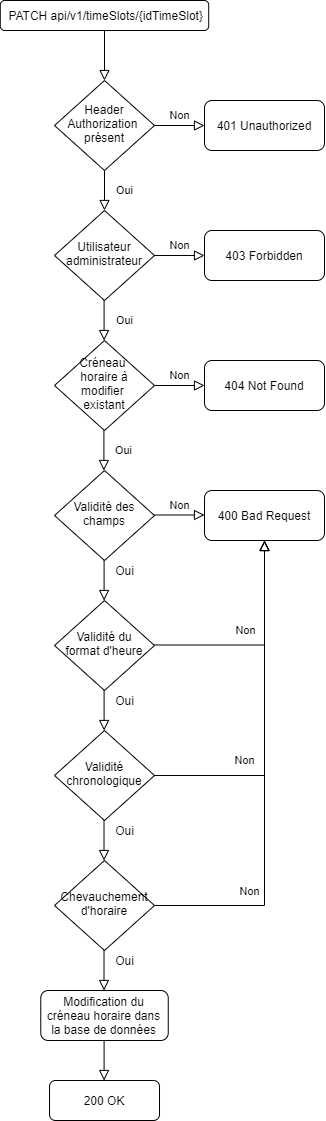
This is documentation/diagram/drawio/flowchartUpdateOneTimeSlot.png from jonathanboreljaquet/bj-travail-diplome-2021, a draw.io export, as it was before one commit. Source tidied: cells renumbered, new cells last; positions are measured from the earlier drawing's top-left corner, leaving out a move shared by most shapes.
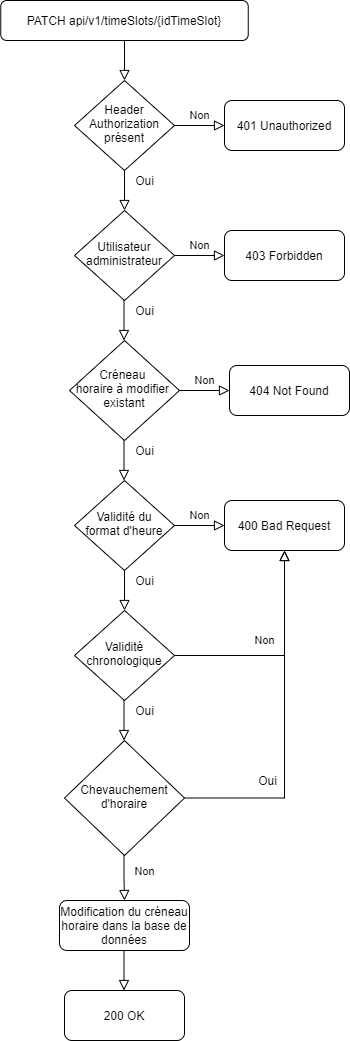
The same diagram one commit later.

Diff of the diagram source:
```diff
@@ -2,140 +2,129 @@
   <root>
     <mxCell id="0" />
     <mxCell id="1" parent="0" />
-    <mxCell id="2" style="rounded=0;html=1;jettySize=auto;fontSize=11;endArrow=block;endFill=0;endSize=8;strokeWidth=1;shadow=0;labelBackgroundColor=none;edgeStyle=orthogonalEdgeStyle;" parent="1" edge="1" source="3" target="6">
-      <mxGeometry relative="1" as="geometry" />
-    </mxCell>
-    <mxCell id="3" value="&amp;nbsp;PATCH api/v1/timeSlots/{idTimeSlot}" style="rounded=1;whiteSpace=wrap;html=1;fontSize=12;glass=0;strokeWidth=1;shadow=0;" parent="1" vertex="1">
-      <mxGeometry x="-0.2" width="208.4" height="30" as="geometry" />
+    <mxCell id="3" value="PATCH api/v1/timeSlots/{idTimeSlot}" style="rounded=1;whiteSpace=wrap;html=1;fontSize=12;glass=0;strokeWidth=1;shadow=0;" parent="1" vertex="1">
+      <mxGeometry x="-19.8" width="247.5" height="40" as="geometry" />
     </mxCell>
-    <mxCell id="4" value="Oui" style="rounded=0;html=1;jettySize=auto;fontSize=11;endArrow=block;endFill=0;endSize=8;strokeWidth=1;shadow=0;labelBackgroundColor=none;edgeStyle=orthogonalEdgeStyle;" parent="1" edge="1" source="6" target="8">
-      <mxGeometry y="20" relative="1" as="geometry" />
-    </mxCell>
+    <mxCell id="36" value="Non" style="edgeStyle=orthogonalEdgeStyle;rounded=0;html=1;jettySize=auto;fontSize=11;endArrow=block;endFill=0;endSize=8;strokeWidth=1;shadow=0;labelBackgroundColor=none;" parent="1" edge="1" source="20" target="19">
+      <mxGeometry y="10" relative="1" as="geometry" />
+    </mxCell>
+    <mxCell id="20" value="Validité du format d'heure" style="rhombus;whiteSpace=wrap;html=1;shadow=0;fontFamily=Helvetica;fontSize=12;align=center;strokeWidth=1;spacing=6;spacingTop=-4;" parent="1" vertex="1">
+      <mxGeometry x="54" y="480" width="100" height="90" as="geometry" />
+    </mxCell>
+    <mxCell id="19" value="400 Bad Request" style="rounded=1;whiteSpace=wrap;html=1;fontSize=12;glass=0;strokeWidth=1;shadow=0;" parent="1" vertex="1">
+      <mxGeometry x="204" y="500" width="120" height="50" as="geometry" />
+    </mxCell>
+    <mxCell id="37" style="rounded=0;html=1;jettySize=auto;fontSize=11;endArrow=block;endFill=0;endSize=8;strokeWidth=1;shadow=0;labelBackgroundColor=none;edgeStyle=orthogonalEdgeStyle;" parent="1" edge="1" target="6">
+      <mxGeometry relative="1" as="geometry">
+        <mxPoint x="104" y="40" as="sourcePoint" />
+      </mxGeometry>
+    </mxCell>
     <mxCell id="5" value="Non" style="edgeStyle=orthogonalEdgeStyle;rounded=0;html=1;jettySize=auto;fontSize=11;endArrow=block;endFill=0;endSize=8;strokeWidth=1;shadow=0;labelBackgroundColor=none;" parent="1" edge="1" source="6" target="7">
       <mxGeometry y="10" relative="1" as="geometry" />
     </mxCell>
-    <mxCell id="6" value="Header Authorization&amp;nbsp;&lt;br&gt;présent" style="rhombus;whiteSpace=wrap;html=1;shadow=0;fontFamily=Helvetica;fontSize=12;align=center;strokeWidth=1;spacing=6;spacingTop=-4;" parent="1" vertex="1">
+    <mxCell id="6" value="Header&lt;br&gt;Authorization&lt;br&gt;présent" style="rhombus;whiteSpace=wrap;html=1;shadow=0;fontFamily=Helvetica;fontSize=12;align=center;strokeWidth=1;spacing=6;spacingTop=-4;" parent="1" vertex="1">
       <mxGeometry x="54" y="80" width="100" height="90" as="geometry" />
     </mxCell>
     <mxCell id="7" value="401 Unauthorized" style="rounded=1;whiteSpace=wrap;html=1;fontSize=12;glass=0;strokeWidth=1;shadow=0;" parent="1" vertex="1">
       <mxGeometry x="204" y="100" width="120" height="50" as="geometry" />
     </mxCell>
+    <mxCell id="38" style="rounded=0;html=1;jettySize=auto;fontSize=11;endArrow=block;endFill=0;endSize=8;strokeWidth=1;shadow=0;labelBackgroundColor=none;edgeStyle=orthogonalEdgeStyle;" parent="1" edge="1" target="8">
+      <mxGeometry relative="1" as="geometry">
+        <mxPoint x="104" y="170" as="sourcePoint" />
+      </mxGeometry>
+    </mxCell>
+    <mxCell id="39" value="Non" style="edgeStyle=orthogonalEdgeStyle;rounded=0;html=1;jettySize=auto;fontSize=11;endArrow=block;endFill=0;endSize=8;strokeWidth=1;shadow=0;labelBackgroundColor=none;" parent="1" edge="1" source="8" target="12">
+      <mxGeometry y="10" relative="1" as="geometry" />
+    </mxCell>
-    <mxCell id="8" value="Utilisateur administrateur" style="rhombus;whiteSpace=wrap;html=1;shadow=0;fontFamily=Helvetica;fontSize=12;align=center;strokeWidth=1;spacing=6;spacingTop=-4;" parent="1" vertex="1">
+    <mxCell id="8" value="Utilisateur&lt;br&gt;administrateur" style="rhombus;whiteSpace=wrap;html=1;shadow=0;fontFamily=Helvetica;fontSize=12;align=center;strokeWidth=1;spacing=6;spacingTop=-4;" parent="1" vertex="1">
       <mxGeometry x="54" y="210" width="100" height="90" as="geometry" />
     </mxCell>
-    <mxCell id="9" value="Oui" style="rounded=0;html=1;jettySize=auto;orthogonalLoop=1;fontSize=11;endArrow=block;endFill=0;endSize=8;strokeWidth=1;shadow=0;labelBackgroundColor=none;edgeStyle=orthogonalEdgeStyle;" parent="1" edge="1">
-      <mxGeometry y="20" relative="1" as="geometry">
-        <mxPoint x="103.6" y="300" as="sourcePoint" />
-        <mxPoint x="103.6" y="340" as="targetPoint" />
-      </mxGeometry>
-    </mxCell>
-    <mxCell id="10" value="200 OK" style="rounded=1;whiteSpace=wrap;html=1;fontSize=12;glass=0;strokeWidth=1;shadow=0;" parent="1" vertex="1">
-      <mxGeometry x="49" y="1080" width="110" height="40" as="geometry" />
-    </mxCell>
-    <mxCell id="11" value="Non" style="edgeStyle=orthogonalEdgeStyle;rounded=0;html=1;jettySize=auto;fontSize=11;endArrow=block;endFill=0;endSize=8;strokeWidth=1;shadow=0;labelBackgroundColor=none;" parent="1" edge="1" target="12">
-      <mxGeometry y="10" relative="1" as="geometry">
-        <mxPoint x="154" y="255" as="sourcePoint" />
-      </mxGeometry>
-    </mxCell>
     <mxCell id="12" value="403 Forbidden" style="rounded=1;whiteSpace=wrap;html=1;fontSize=12;glass=0;strokeWidth=1;shadow=0;" parent="1" vertex="1">
       <mxGeometry x="204" y="230" width="120" height="50" as="geometry" />
     </mxCell>
-    <mxCell id="13" style="rounded=0;html=1;jettySize=auto;orthogonalLoop=1;fontSize=11;endArrow=block;endFill=0;endSize=8;strokeWidth=1;shadow=0;labelBackgroundColor=none;edgeStyle=orthogonalEdgeStyle;" parent="1" edge="1">
-      <mxGeometry y="20" relative="1" as="geometry">
-        <mxPoint x="103.6" y="1040" as="sourcePoint" />
-        <mxPoint x="103.6" y="1080" as="targetPoint" />
-      </mxGeometry>
-    </mxCell>
-    <mxCell id="14" value="Modification du créneau horaire dans la base de données" style="rounded=1;whiteSpace=wrap;html=1;fontSize=12;glass=0;strokeWidth=1;shadow=0;" parent="1" vertex="1">
-      <mxGeometry x="40.3" y="990" width="127.5" height="50" as="geometry" />
-    </mxCell>
-    <mxCell id="15" style="rounded=0;html=1;jettySize=auto;orthogonalLoop=1;fontSize=11;endArrow=block;endFill=0;endSize=8;strokeWidth=1;shadow=0;labelBackgroundColor=none;edgeStyle=orthogonalEdgeStyle;" parent="1" edge="1">
-      <mxGeometry x="-1" y="45" relative="1" as="geometry">
-        <mxPoint x="103.6" y="560" as="sourcePoint" />
-        <mxPoint x="103.6" y="600" as="targetPoint" />
-      </mxGeometry>
-    </mxCell>
-    <mxCell id="16" value="Oui" style="text;html=1;align=center;verticalAlign=middle;strokeColor=none;" parent="1" vertex="1">
-      <mxGeometry x="109" y="560" width="30" height="20" as="geometry" />
-    </mxCell>
-    <mxCell id="17" value="Validité des champs" style="rhombus;whiteSpace=wrap;html=1;shadow=0;fontFamily=Helvetica;fontSize=12;align=center;strokeWidth=1;spacing=6;spacingTop=-4;" parent="1" vertex="1">
-      <mxGeometry x="54" y="470" width="100" height="90" as="geometry" />
-    </mxCell>
-    <mxCell id="18" value="Non" style="edgeStyle=orthogonalEdgeStyle;rounded=0;html=1;jettySize=auto;orthogonalLoop=1;fontSize=11;endArrow=block;endFill=0;endSize=8;strokeWidth=1;shadow=0;labelBackgroundColor=none;" parent="1" edge="1">
-      <mxGeometry y="10" relative="1" as="geometry">
-        <mxPoint x="154" y="514.5" as="sourcePoint" />
-        <mxPoint x="204" y="514.5" as="targetPoint" />
-      </mxGeometry>
-    </mxCell>
-    <mxCell id="19" value="400 Bad Request" style="rounded=1;whiteSpace=wrap;html=1;fontSize=12;glass=0;strokeWidth=1;shadow=0;" parent="1" vertex="1">
-      <mxGeometry x="204" y="490" width="120" height="50" as="geometry" />
-    </mxCell>
-    <mxCell id="20" value="Validité du format d'heure" style="rhombus;whiteSpace=wrap;html=1;shadow=0;fontFamily=Helvetica;fontSize=12;align=center;strokeWidth=1;spacing=6;spacingTop=-4;" parent="1" vertex="1">
-      <mxGeometry x="54" y="600" width="100" height="90" as="geometry" />
-    </mxCell>
-    <mxCell id="21" style="rounded=0;html=1;jettySize=auto;orthogonalLoop=1;fontSize=11;endArrow=block;endFill=0;endSize=8;strokeWidth=1;shadow=0;labelBackgroundColor=none;edgeStyle=orthogonalEdgeStyle;" parent="1" edge="1">
-      <mxGeometry x="-1" y="45" relative="1" as="geometry">
-        <mxPoint x="103.6" y="690" as="sourcePoint" />
-        <mxPoint x="103.6" y="730" as="targetPoint" />
-      </mxGeometry>
-    </mxCell>
+    <mxCell id="40" style="rounded=0;html=1;jettySize=auto;fontSize=11;endArrow=block;endFill=0;endSize=8;strokeWidth=1;shadow=0;labelBackgroundColor=none;edgeStyle=orthogonalEdgeStyle;" parent="1" edge="1" target="23">
+      <mxGeometry relative="1" as="geometry">
+        <mxPoint x="104" y="570" as="sourcePoint" />
+      </mxGeometry>
+    </mxCell>
-    <mxCell id="22" value="Non" style="edgeStyle=orthogonalEdgeStyle;rounded=0;html=1;jettySize=auto;fontSize=11;endArrow=block;endFill=0;endSize=8;strokeWidth=1;shadow=0;labelBackgroundColor=none;entryX=0.5;entryY=1;entryDx=0;entryDy=0;" parent="1" edge="1" target="19">
-      <mxGeometry x="-0.16" y="15" relative="1" as="geometry">
-        <mxPoint x="154" y="644.5" as="sourcePoint" />
-        <mxPoint x="1" as="offset" />
-      </mxGeometry>
+    <mxCell id="22" value="Non" style="edgeStyle=orthogonalEdgeStyle;rounded=0;html=1;jettySize=auto;fontSize=11;endArrow=block;endFill=0;endSize=8;strokeWidth=1;shadow=0;labelBackgroundColor=none;entryX=0.5;entryY=1;entryDx=0;entryDy=0;" parent="1" edge="1" source="23" target="19">
+      <mxGeometry x="-0.16" y="15" relative="1" as="geometry" />
     </mxCell>
     <mxCell id="23" value="Validité chronologique" style="rhombus;whiteSpace=wrap;html=1;shadow=0;fontFamily=Helvetica;fontSize=12;align=center;strokeWidth=1;spacing=6;spacingTop=-4;" parent="1" vertex="1">
-      <mxGeometry x="54" y="730" width="100" height="90" as="geometry" />
+      <mxGeometry x="54" y="610" width="100" height="90" as="geometry" />
     </mxCell>
-    <mxCell id="24" value="Oui" style="text;html=1;align=center;verticalAlign=middle;strokeColor=none;" parent="1" vertex="1">
-      <mxGeometry x="109" y="690" width="30" height="20" as="geometry" />
-    </mxCell>
-    <mxCell id="25" value="Non" style="edgeStyle=orthogonalEdgeStyle;rounded=0;html=1;jettySize=auto;fontSize=11;endArrow=block;endFill=0;endSize=8;strokeWidth=1;shadow=0;labelBackgroundColor=none;exitX=1;exitY=0.5;exitDx=0;exitDy=0;entryX=0.5;entryY=1;entryDx=0;entryDy=0;" parent="1" edge="1" source="23" target="19">
-      <mxGeometry x="-0.48" y="15" relative="1" as="geometry" />
-    </mxCell>
-    <mxCell id="26" style="rounded=0;html=1;jettySize=auto;orthogonalLoop=1;fontSize=11;endArrow=block;endFill=0;endSize=8;strokeWidth=1;shadow=0;labelBackgroundColor=none;edgeStyle=orthogonalEdgeStyle;" parent="1" edge="1">
-      <mxGeometry x="-1" y="45" relative="1" as="geometry">
-        <mxPoint x="103.5" y="820" as="sourcePoint" />
-        <mxPoint x="103.5" y="860" as="targetPoint" />
-      </mxGeometry>
-    </mxCell>
+    <mxCell id="41" style="rounded=0;html=1;jettySize=auto;orthogonalLoop=1;fontSize=11;endArrow=block;endFill=0;endSize=8;strokeWidth=1;shadow=0;labelBackgroundColor=none;edgeStyle=orthogonalEdgeStyle;" parent="1" edge="1">
+      <mxGeometry relative="1" as="geometry">
+        <mxPoint x="103.5" y="700" as="sourcePoint" />
+        <mxPoint x="103.5" y="740" as="targetPoint" />
+      </mxGeometry>
+    </mxCell>
+    <mxCell id="42" value="Oui" style="text;html=1;align=center;verticalAlign=middle;strokeColor=none;" parent="1" vertex="1">
+      <mxGeometry x="109" y="700" width="30" height="20" as="geometry" />
+    </mxCell>
+    <mxCell id="43" value="Oui" style="text;html=1;align=center;verticalAlign=middle;strokeColor=none;" parent="1" vertex="1">
+      <mxGeometry x="109" y="170" width="30" height="20" as="geometry" />
+    </mxCell>
+    <mxCell id="44" value="Oui" style="text;html=1;align=center;verticalAlign=middle;strokeColor=none;" parent="1" vertex="1">
+      <mxGeometry x="109" y="300" width="30" height="20" as="geometry" />
+    </mxCell>
+    <mxCell id="45" value="Oui" style="text;html=1;align=center;verticalAlign=middle;strokeColor=none;" parent="1" vertex="1">
+      <mxGeometry x="109" y="570" width="30" height="20" as="geometry" />
+    </mxCell>
+    <mxCell id="46" value="Non" style="edgeStyle=orthogonalEdgeStyle;rounded=0;html=1;jettySize=auto;fontSize=11;endArrow=block;endFill=0;endSize=8;strokeWidth=1;shadow=0;labelBackgroundColor=none;entryX=0.5;entryY=1;entryDx=0;entryDy=0;exitX=1;exitY=0.5;exitDx=0;exitDy=0;" parent="1" edge="1" source="27" target="19">
+      <mxGeometry x="-1" y="-83" relative="1" as="geometry">
+        <mxPoint x="-40" y="-10" as="offset" />
+      </mxGeometry>
+    </mxCell>
     <mxCell id="27" value="Chevauchement d'horaire" style="rhombus;whiteSpace=wrap;html=1;shadow=0;fontFamily=Helvetica;fontSize=12;align=center;strokeWidth=1;spacing=6;spacingTop=-4;" parent="1" vertex="1">
-      <mxGeometry x="54" y="860" width="100" height="90" as="geometry" />
+      <mxGeometry x="44" y="740" width="120" height="115" as="geometry" />
     </mxCell>
-    <mxCell id="28" value="Oui" style="text;html=1;align=center;verticalAlign=middle;strokeColor=none;" parent="1" vertex="1">
-      <mxGeometry x="109" y="820" width="30" height="20" as="geometry" />
-    </mxCell>
-    <mxCell id="29" style="rounded=0;html=1;jettySize=auto;orthogonalLoop=1;fontSize=11;endArrow=block;endFill=0;endSize=8;strokeWidth=1;shadow=0;labelBackgroundColor=none;edgeStyle=orthogonalEdgeStyle;" parent="1" edge="1">
-      <mxGeometry x="-1" y="45" relative="1" as="geometry">
-        <mxPoint x="103.5" y="950" as="sourcePoint" />
-        <mxPoint x="103.5" y="990" as="targetPoint" />
-      </mxGeometry>
-    </mxCell>
-    <mxCell id="30" value="Oui" style="text;html=1;align=center;verticalAlign=middle;strokeColor=none;" parent="1" vertex="1">
-      <mxGeometry x="109" y="950" width="30" height="20" as="geometry" />
-    </mxCell>
-    <mxCell id="31" value="Non" style="edgeStyle=orthogonalEdgeStyle;rounded=0;html=1;jettySize=auto;fontSize=11;endArrow=block;endFill=0;endSize=8;strokeWidth=1;shadow=0;labelBackgroundColor=none;exitX=1;exitY=0.5;exitDx=0;exitDy=0;entryX=0.5;entryY=1;entryDx=0;entryDy=0;" parent="1" edge="1" target="19">
-      <mxGeometry x="-0.48" y="15" relative="1" as="geometry">
-        <mxPoint x="154" y="905" as="sourcePoint" />
-      </mxGeometry>
-    </mxCell>
+    <mxCell id="47" style="rounded=0;html=1;jettySize=auto;fontSize=11;endArrow=block;endFill=0;endSize=8;strokeWidth=1;shadow=0;labelBackgroundColor=none;edgeStyle=orthogonalEdgeStyle;entryX=0.5;entryY=0;entryDx=0;entryDy=0;" parent="1" edge="1" target="14">
+      <mxGeometry relative="1" as="geometry">
+        <mxPoint x="103.5" y="855" as="sourcePoint" />
+      </mxGeometry>
+    </mxCell>
+    <mxCell id="48" value="Oui" style="text;html=1;align=center;verticalAlign=middle;strokeColor=none;" parent="1" vertex="1">
+      <mxGeometry x="232" y="770" width="30" height="20" as="geometry" />
+    </mxCell>
+    <mxCell id="14" value="Modification du créneau horaire dans la base de données" style="rounded=1;whiteSpace=wrap;html=1;fontSize=12;glass=0;strokeWidth=1;shadow=0;" parent="1" vertex="1">
+      <mxGeometry x="39" y="900" width="130" height="50" as="geometry" />
+    </mxCell>
+    <mxCell id="10" value="200 OK" style="rounded=1;whiteSpace=wrap;html=1;fontSize=12;glass=0;strokeWidth=1;shadow=0;" parent="1" vertex="1">
+      <mxGeometry x="44" y="990" width="120" height="50" as="geometry" />
+    </mxCell>
+    <mxCell id="49" style="rounded=0;html=1;jettySize=auto;orthogonalLoop=1;fontSize=11;endArrow=block;endFill=0;endSize=8;strokeWidth=1;shadow=0;labelBackgroundColor=none;edgeStyle=orthogonalEdgeStyle;" parent="1" edge="1">
+      <mxGeometry relative="1" as="geometry">
+        <mxPoint x="103.5" y="950" as="sourcePoint" />
+        <mxPoint x="103.5" y="990" as="targetPoint" />
+      </mxGeometry>
+    </mxCell>
+    <mxCell id="50" style="rounded=0;html=1;jettySize=auto;orthogonalLoop=1;fontSize=11;endArrow=block;endFill=0;endSize=8;strokeWidth=1;shadow=0;labelBackgroundColor=none;edgeStyle=orthogonalEdgeStyle;" parent="1" edge="1">
+      <mxGeometry relative="1" as="geometry">
+        <mxPoint x="103.5" y="300" as="sourcePoint" />
+        <mxPoint x="103.5" y="340" as="targetPoint" />
+      </mxGeometry>
+    </mxCell>
     <mxCell id="32" value="Créneau &lt;br&gt;horaire à modifier &lt;br&gt;existant" style="rhombus;whiteSpace=wrap;html=1;shadow=0;fontFamily=Helvetica;fontSize=12;align=center;strokeWidth=1;spacing=6;spacingTop=-4;" parent="1" vertex="1">
-      <mxGeometry x="54" y="340" width="100" height="90" as="geometry" />
+      <mxGeometry x="49" y="340" width="110" height="100" as="geometry" />
     </mxCell>
-    <mxCell id="33" value="Non" style="edgeStyle=orthogonalEdgeStyle;rounded=0;html=1;jettySize=auto;fontSize=11;endArrow=block;endFill=0;endSize=8;strokeWidth=1;shadow=0;labelBackgroundColor=none;" parent="1" edge="1" target="34">
-      <mxGeometry y="10" relative="1" as="geometry">
-        <mxPoint x="154" y="385" as="sourcePoint" />
-      </mxGeometry>
-    </mxCell>
+    <mxCell id="51" value="Oui" style="text;html=1;align=center;verticalAlign=middle;strokeColor=none;" parent="1" vertex="1">
+      <mxGeometry x="109" y="440" width="30" height="20" as="geometry" />
+    </mxCell>
+    <mxCell id="52" style="rounded=0;html=1;jettySize=auto;orthogonalLoop=1;fontSize=11;endArrow=block;endFill=0;endSize=8;strokeWidth=1;shadow=0;labelBackgroundColor=none;edgeStyle=orthogonalEdgeStyle;" parent="1" edge="1">
+      <mxGeometry relative="1" as="geometry">
+        <mxPoint x="103.5" y="440" as="sourcePoint" />
+        <mxPoint x="103.5" y="480" as="targetPoint" />
+      </mxGeometry>
+    </mxCell>
+    <mxCell id="53" value="Non" style="edgeStyle=orthogonalEdgeStyle;rounded=0;html=1;jettySize=auto;orthogonalLoop=1;fontSize=11;endArrow=block;endFill=0;endSize=8;strokeWidth=1;shadow=0;labelBackgroundColor=none;" parent="1" edge="1">
+      <mxGeometry y="10" relative="1" as="geometry">
+        <mxPoint x="159" y="390" as="sourcePoint" />
+        <mxPoint x="209" y="390" as="targetPoint" />
+      </mxGeometry>
+    </mxCell>
     <mxCell id="34" value="404 Not Found" style="rounded=1;whiteSpace=wrap;html=1;fontSize=12;glass=0;strokeWidth=1;shadow=0;" parent="1" vertex="1">
-      <mxGeometry x="204" y="360" width="120" height="50" as="geometry" />
+      <mxGeometry x="209" y="365" width="120" height="50" as="geometry" />
     </mxCell>
-    <mxCell id="35" value="Oui" style="rounded=0;html=1;jettySize=auto;orthogonalLoop=1;fontSize=11;endArrow=block;endFill=0;endSize=8;strokeWidth=1;shadow=0;labelBackgroundColor=none;edgeStyle=orthogonalEdgeStyle;" parent="1" edge="1">
-      <mxGeometry y="20" relative="1" as="geometry">
-        <mxPoint x="103.4" y="430" as="sourcePoint" />
-        <mxPoint x="103.4" y="470" as="targetPoint" />
-      </mxGeometry>
-    </mxCell>
   </root>
 </mxGraphModel>
```
